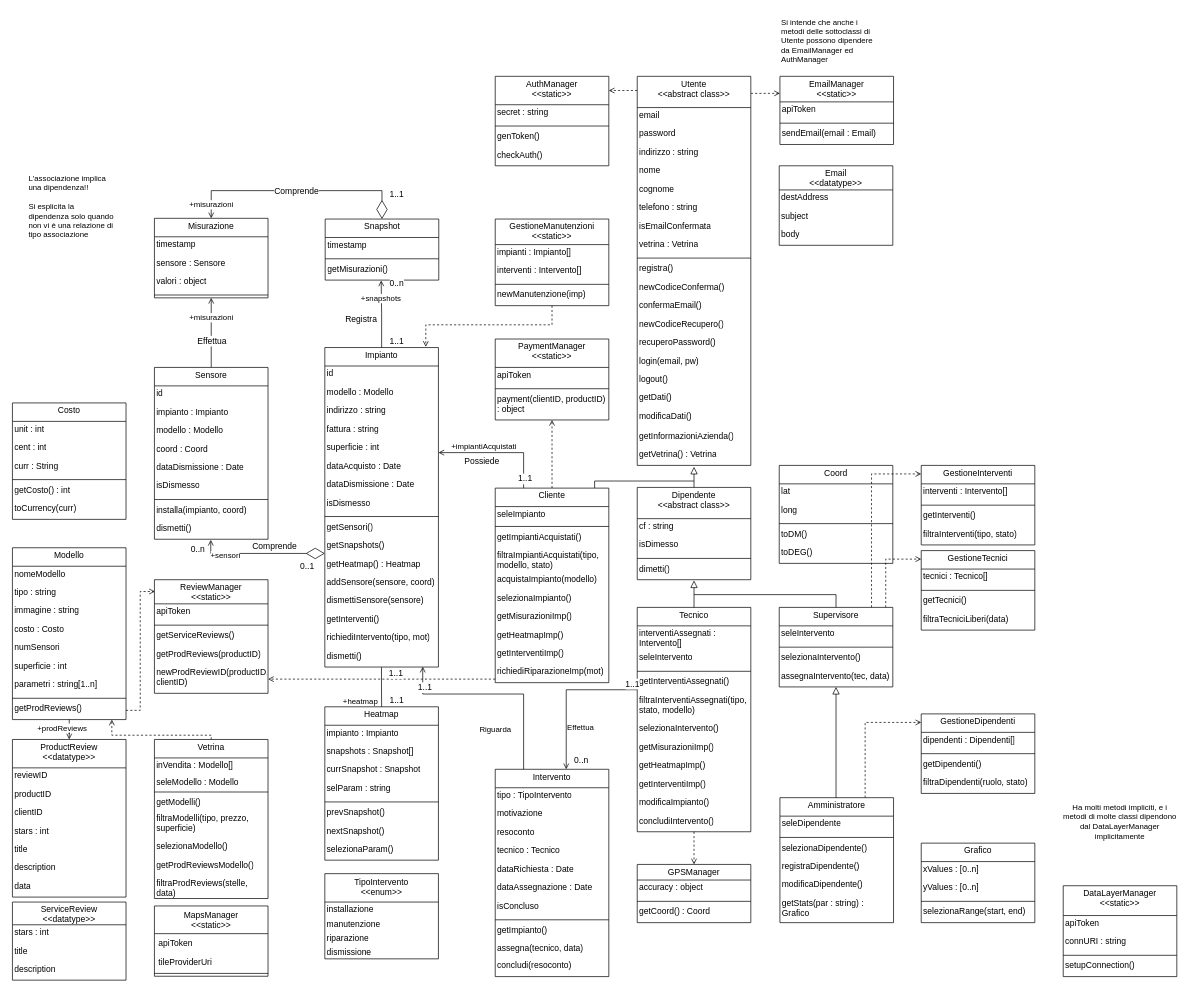
Before: page "Complessivo" (1 of 10) of deliverables/d3/.media/.drawio/classi.drawio in amanfucci/ardeeno-workondeliverables, a draw.io diagram. Source tidied: cells renumbered, new cells numbered last; positions are measured from the earlier drawing's top-left corner, leaving out a move shared by most shapes. Both pictures are drawn from the tidied source at 71%, with x=0, y=0 at pixel (12, 12).
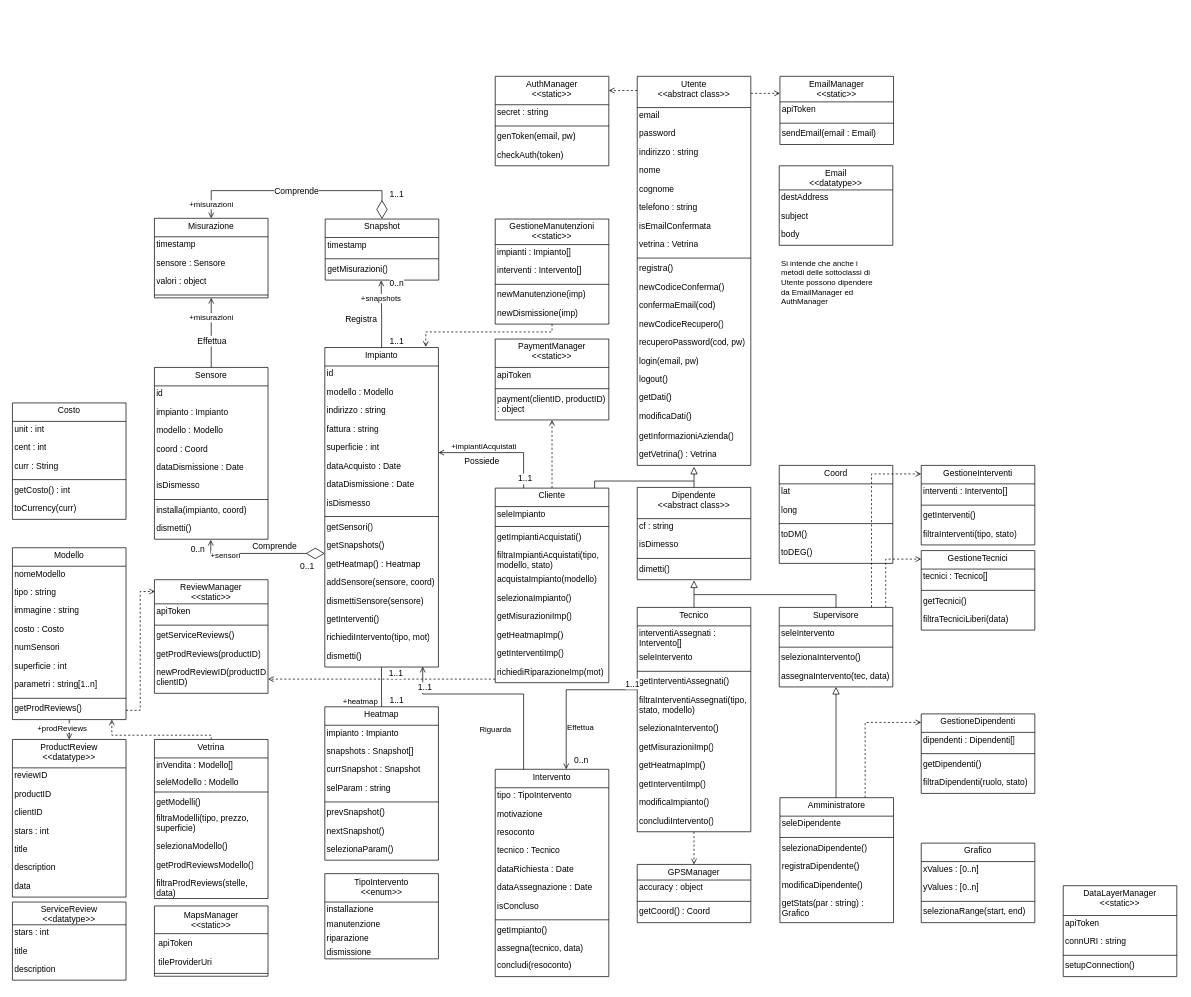
Above is the later version.

Unchanged cells that the change refers to:
```xml
<mxCell id="4" value="Utente&#10;&lt;&lt;abstract class&gt;&gt;" style="swimlane;fontStyle=0;align=center;verticalAlign=top;horizontal=1;startSize=44;whiteSpace=wrap;spacing=-1;" parent="1" vertex="1">
  <mxGeometry x="880" y="90" width="160" height="548" as="geometry" />
</mxCell>
<mxCell id="194" value="Impianto" style="swimlane;fontStyle=0;align=center;verticalAlign=top;horizontal=1;startSize=26;whiteSpace=wrap;spacing=-1;" parent="1" vertex="1">
  <mxGeometry x="440" y="472" width="160" height="450" as="geometry" />
</mxCell>
<mxCell id="223" value="AuthManager&#10;&lt;&lt;static&gt;&gt;" style="swimlane;fontStyle=0;align=center;verticalAlign=top;horizontal=1;startSize=40;whiteSpace=wrap;spacing=-1;" parent="1" vertex="1">
  <mxGeometry x="680" y="90" width="160" height="126" as="geometry" />
</mxCell>
```

Change to the diagram source:
```diff
@@
-    <mxCell id="16" value="confermaEmail()" style="text;strokeColor=none;fillColor=none;align=left;verticalAlign=top;spacingLeft=4;spacingRight=4;overflow=hidden;fontStyle=0;whiteSpace=wrap;spacing=-1;" parent="4" vertex="1">
+    <mxCell id="16" value="confermaEmail(cod)" style="text;strokeColor=none;fillColor=none;align=left;verticalAlign=top;spacingLeft=4;spacingRight=4;overflow=hidden;fontStyle=0;whiteSpace=wrap;spacing=-1;" parent="4" vertex="1">
       <mxGeometry y="312" width="160" height="26" as="geometry" />
     </mxCell>
@@
-    <mxCell id="18" value="recuperoPassword()" style="text;strokeColor=none;fillColor=none;align=left;verticalAlign=top;spacingLeft=4;spacingRight=4;overflow=hidden;fontStyle=0;whiteSpace=wrap;spacing=-1;" parent="4" vertex="1">
+    <mxCell id="18" value="recuperoPassword(cod, pw)" style="text;strokeColor=none;fillColor=none;align=left;verticalAlign=top;spacingLeft=4;spacingRight=4;overflow=hidden;fontStyle=0;whiteSpace=wrap;spacing=-1;" parent="4" vertex="1">
       <mxGeometry y="364" width="160" height="26" as="geometry" />
     </mxCell>
@@
-    <mxCell id="226" value="genToken()" style="text;strokeColor=none;fillColor=none;align=left;verticalAlign=top;spacingLeft=4;spacingRight=4;overflow=hidden;fontStyle=0;whiteSpace=wrap;spacing=-1;" parent="223" vertex="1">
+    <mxCell id="226" value="genToken(email, pw)" style="text;strokeColor=none;fillColor=none;align=left;verticalAlign=top;spacingLeft=4;spacingRight=4;overflow=hidden;fontStyle=0;whiteSpace=wrap;spacing=-1;" parent="223" vertex="1">
       <mxGeometry y="74" width="160" height="26" as="geometry" />
     </mxCell>
-    <mxCell id="227" value="checkAuth()" style="text;strokeColor=none;fillColor=none;align=left;verticalAlign=top;spacingLeft=4;spacingRight=4;overflow=hidden;fontStyle=0;whiteSpace=wrap;spacing=-1;" parent="223" vertex="1">
+    <mxCell id="227" value="checkAuth(token)" style="text;strokeColor=none;fillColor=none;align=left;verticalAlign=top;spacingLeft=4;spacingRight=4;overflow=hidden;fontStyle=0;whiteSpace=wrap;spacing=-1;" parent="223" vertex="1">
       <mxGeometry y="100" width="160" height="26" as="geometry" />
     </mxCell>
@@
-    <mxCell id="238" value="Ha molti metodi impliciti, e i metodi di molte classi dipendono dal DataLayerManager&lt;br&gt;implicitamente" style="text;html=1;strokeColor=none;fillColor=none;align=center;verticalAlign=middle;whiteSpace=wrap;rounded=0;fontFamily=Helvetica;fontSize=11;fontColor=default;spacing=-1;" parent="1" vertex="1">
-      <mxGeometry x="1480" y="1109" width="160" height="61" as="geometry" />
-    </mxCell>
@@
     <mxCell id="257" style="edgeStyle=orthogonalEdgeStyle;shape=connector;rounded=0;jettySize=auto;html=1;entryX=0.889;entryY=-0.002;entryDx=0;entryDy=0;entryPerimeter=0;dashed=1;labelBackgroundColor=default;strokeColor=default;fontFamily=Helvetica;fontSize=11;fontColor=default;startArrow=none;startFill=0;endArrow=open;endFill=0;" parent="1" edge="1" source="258" target="194">
       <mxGeometry relative="1" as="geometry">
         <Array as="points">
-          <mxPoint x="760" y="440" />
-          <mxPoint x="582" y="440" />
+          <mxPoint x="760" y="450" />
+          <mxPoint x="582" y="450" />
         </Array>
       </mxGeometry>
     </mxCell>
     <mxCell id="258" value="GestioneManutenzioni&#10;&lt;&lt;static&gt;&gt;" style="swimlane;fontStyle=0;align=center;verticalAlign=top;horizontal=1;startSize=36;whiteSpace=wrap;spacing=-1;" parent="1" vertex="1">
-      <mxGeometry x="680" y="291" width="160" height="122" as="geometry" />
+      <mxGeometry x="680" y="291" width="160" height="148" as="geometry" />
     </mxCell>
@@
+    <mxCell id="275" value="newDismissione(imp)" style="text;strokeColor=none;fillColor=none;align=left;verticalAlign=top;spacingLeft=4;spacingRight=4;overflow=hidden;fontStyle=0;whiteSpace=wrap;spacing=-1;" parent="258" vertex="1">
+      <mxGeometry y="122" width="160" height="26" as="geometry" />
+    </mxCell>
@@
-    <mxCell id="269" value="L'associazione implica una dipendenza!!&lt;br&gt;&lt;br&gt;Si esplicita la dipendenza solo quando non vi è una relazione di tipo associazione" style="text;html=1;strokeColor=none;fillColor=none;align=left;verticalAlign=top;whiteSpace=wrap;rounded=0;fillStyle=solid;fontFamily=Helvetica;fontSize=11;fontColor=default;spacing=3;" parent="1" vertex="1">
-      <mxGeometry x="20" y="220" width="124" height="100" as="geometry" />
-    </mxCell>
     <mxCell id="270" value="Si intende che anche i metodi delle sottoclassi di Utente possono dipendere da EmailManager ed AuthManager" style="text;html=1;strokeColor=none;fillColor=none;align=left;verticalAlign=top;whiteSpace=wrap;rounded=0;fillStyle=solid;fontFamily=Helvetica;fontSize=11;fontColor=default;spacing=3;" parent="1" vertex="1">
-      <mxGeometry x="1080" width="144" height="80" as="geometry" />
+      <mxGeometry x="1080" y="340" width="144" height="80" as="geometry" />
     </mxCell>
```
